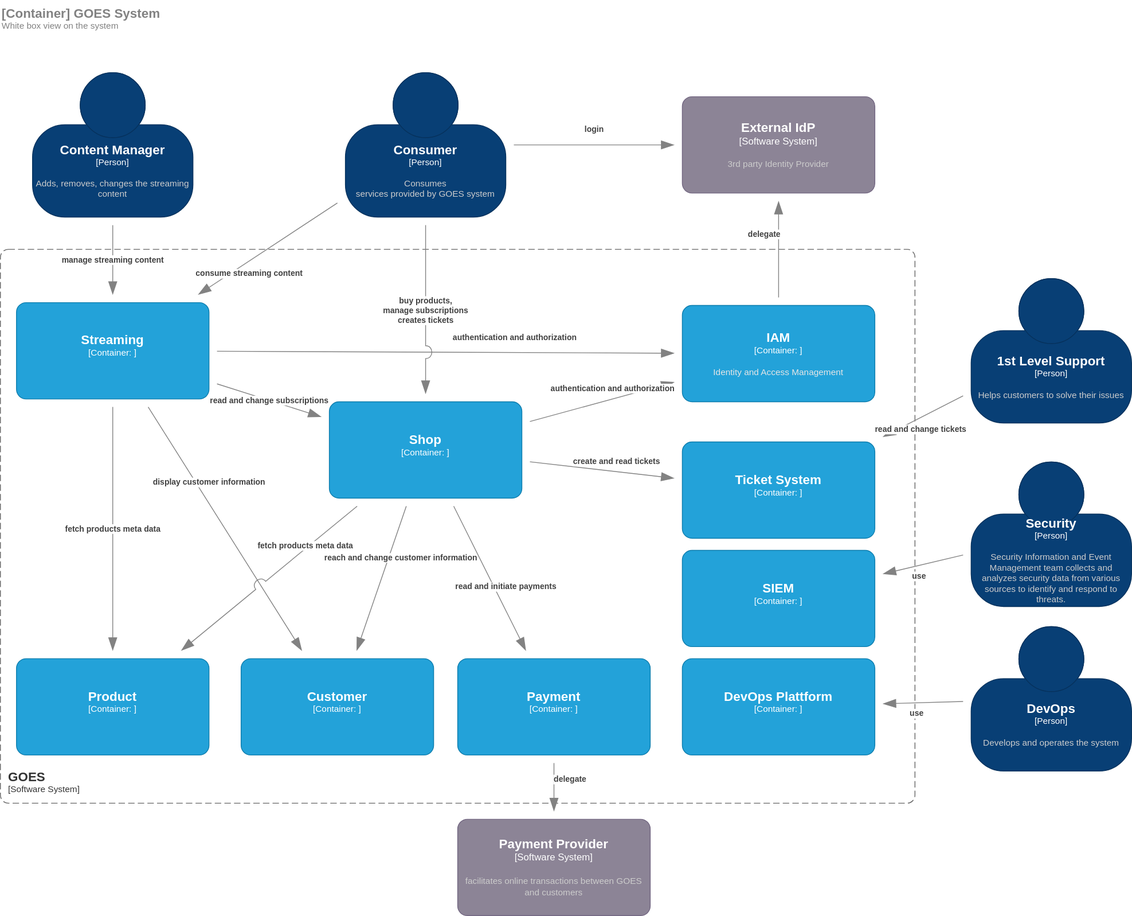
wschaef/goes-architecture keeps this draw.io diagram as img/Container.drawio.svg. Above is the earlier version. Source tidied: cells renumbered, new cells last; positions are measured from the earlier drawing's top-left corner, leaving out a move shared by most shapes.
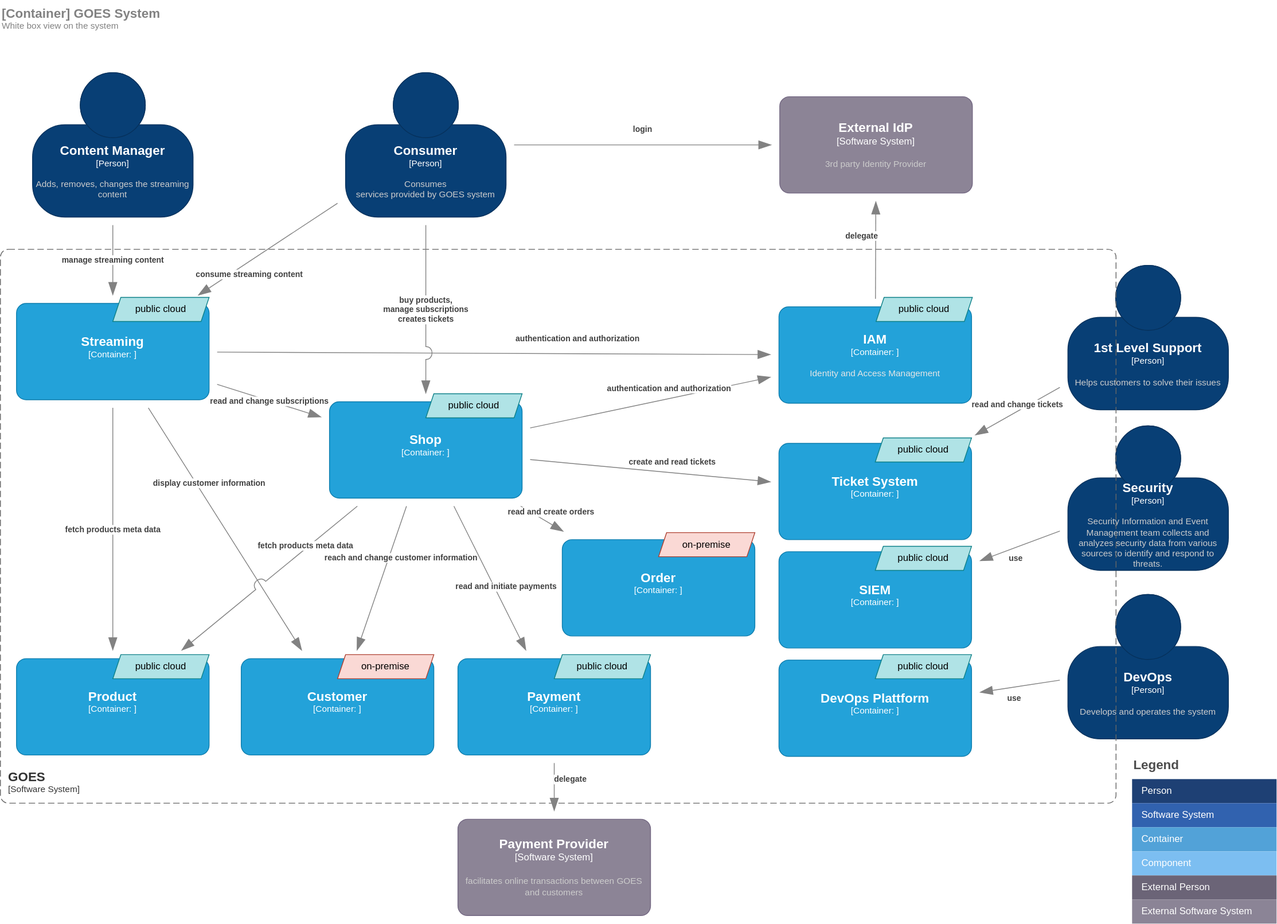
Above is the later version.

Commit message:
feat: made decision about which domains must be migrated to public cloud

What changed in the source:
```diff
@@ -14,7 +14,7 @@
     </object>
     <object id="4" label="&lt;font style=&quot;font-size: 16px&quot;&gt;&lt;b&gt;%c4Name%&lt;/b&gt;&lt;/font&gt;&lt;div&gt;[%c4Type%]&lt;/div&gt;&lt;br&gt;&lt;div&gt;&lt;font style=&quot;font-size: 11px&quot;&gt;&lt;font color=&quot;#cccccc&quot;&gt;%c4Description%&lt;/font&gt;&lt;/div&gt;" c4Description="Develops and operates the system" c4Name="DevOps" c4Type="Person" placeholders="1">
       <mxCell style="html=1;fontSize=11;dashed=0;whiteSpace=wrap;fillColor=#083F75;strokeColor=#06315C;fontColor=#ffffff;shape=mxgraph.c4.person2;align=center;points=[[0.5,0,0],[1,0.5,0],[1,0.75,0],[0.75,1,0],[0.5,1,0],[0.25,1,0],[0,0.75,0],[0,0.5,0]];" parent="1" vertex="1">
-        <mxGeometry x="1210" y="780" width="200" height="180" as="geometry" />
+        <mxGeometry x="1330" y="740" width="200" height="180" as="geometry" />
       </mxCell>
     </object>
     <object id="5" label="&lt;font style=&quot;font-size: 16px&quot;&gt;&lt;b&gt;%c4Name%&lt;/b&gt;&lt;/font&gt;&lt;div&gt;[%c4Type%]&lt;/div&gt;&lt;br&gt;&lt;div&gt;&lt;font style=&quot;font-size: 11px&quot;&gt;&lt;font color=&quot;#cccccc&quot;&gt;%c4Description%&lt;/font&gt;&lt;/div&gt;" c4Description="facilitates online transactions between GOES and customers" c4Name="Payment Provider" c4Type="Software System" placeholders="1">
@@ -24,17 +24,17 @@
     </object>
     <object id="6" label="&lt;font style=&quot;font-size: 16px&quot;&gt;&lt;b&gt;%c4Name%&lt;/b&gt;&lt;/font&gt;&lt;div&gt;[%c4Type%]&lt;/div&gt;&lt;br&gt;&lt;div&gt;&lt;font style=&quot;font-size: 11px&quot;&gt;&lt;font color=&quot;#cccccc&quot;&gt;%c4Description%&lt;/font&gt;&lt;/div&gt;" c4Description="3rd party Identity Provider" c4Name="External IdP" c4Type="Software System" placeholders="1">
       <mxCell style="rounded=1;whiteSpace=wrap;html=1;labelBackgroundColor=none;fillColor=#8C8496;fontColor=#ffffff;align=center;arcSize=10;strokeColor=#736782;points=[[0.25,0,0],[0.5,0,0],[0.75,0,0],[1,0.25,0],[1,0.5,0],[1,0.75,0],[0.75,1,0],[0.5,1,0],[0.25,1,0],[0,0.75,0],[0,0.5,0],[0,0.25,0]];" parent="1" vertex="1">
-        <mxGeometry x="850" y="120" width="240" height="120" as="geometry" />
+        <mxGeometry x="971" y="120" width="240" height="120" as="geometry" />
       </mxCell>
     </object>
     <object id="7" label="&lt;font style=&quot;font-size: 16px&quot;&gt;&lt;b&gt;%c4Name%&lt;/b&gt;&lt;/font&gt;&lt;div&gt;[%c4Type%]&lt;/div&gt;&lt;br&gt;&lt;div&gt;&lt;font style=&quot;font-size: 11px&quot;&gt;&lt;font color=&quot;#cccccc&quot;&gt;%c4Description%&lt;/font&gt;&lt;/div&gt;" c4Description="Helps customers to solve their issues" c4Name="1st Level Support" c4Type="Person" placeholders="1">
       <mxCell style="html=1;fontSize=11;dashed=0;whiteSpace=wrap;fillColor=#083F75;strokeColor=#06315C;fontColor=#ffffff;shape=mxgraph.c4.person2;align=center;points=[[0.5,0,0],[1,0.5,0],[1,0.75,0],[0.75,1,0],[0.5,1,0],[0.25,1,0],[0,0.75,0],[0,0.5,0]];" parent="1" vertex="1">
-        <mxGeometry x="1210" y="346.5" width="200" height="180" as="geometry" />
+        <mxGeometry x="1330" y="330" width="200" height="180" as="geometry" />
       </mxCell>
     </object>
     <object id="8" label="&lt;font style=&quot;font-size: 16px&quot;&gt;&lt;b&gt;%c4Name%&lt;/b&gt;&lt;/font&gt;&lt;div&gt;[%c4Type%]&lt;/div&gt;&lt;br&gt;&lt;div&gt;&lt;font style=&quot;font-size: 11px&quot;&gt;&lt;font color=&quot;#cccccc&quot;&gt;%c4Description%&lt;/font&gt;&lt;/div&gt;" c4Description="Security Information and Event Management team collects and analyzes security data from various sources to identify and respond to threats." c4Name="Security" c4Type="Person" placeholders="1">
       <mxCell style="html=1;fontSize=11;dashed=0;whiteSpace=wrap;fillColor=#083F75;strokeColor=#06315C;fontColor=#ffffff;shape=mxgraph.c4.person2;align=center;points=[[0.5,0,0],[1,0.5,0],[1,0.75,0],[0.75,1,0],[0.5,1,0],[0.25,1,0],[0,0.75,0],[0,0.5,0]];" parent="1" vertex="1">
-        <mxGeometry x="1210" y="575" width="200" height="180" as="geometry" />
+        <mxGeometry x="1330" y="530" width="200" height="180" as="geometry" />
       </mxCell>
     </object>
     <object id="9" label="&lt;font style=&quot;font-size: 16px&quot;&gt;&lt;b&gt;&lt;div style=&quot;text-align: left&quot;&gt;%c4Name%&lt;/div&gt;&lt;/b&gt;&lt;/font&gt;&lt;div style=&quot;text-align: left&quot;&gt;%c4Description%&lt;/div&gt;" c4Description="White box view on the system" c4Name="[Container] GOES System" c4Type="ContainerScopeBoundary" placeholders="1">
@@ -44,7 +44,7 @@
     </object>
     <object id="10" label="&lt;font style=&quot;font-size: 16px&quot;&gt;&lt;b&gt;&lt;div style=&quot;text-align: left&quot;&gt;%c4Name%&lt;/div&gt;&lt;/b&gt;&lt;/font&gt;&lt;div style=&quot;text-align: left&quot;&gt;[%c4Application%]&lt;/div&gt;" c4Application="Software System" c4Name="GOES" c4Type="SystemScopeBoundary" placeholders="1">
       <mxCell style="rounded=1;fontSize=11;whiteSpace=wrap;html=1;dashed=1;arcSize=20;fillColor=none;strokeColor=#666666;fontColor=#333333;labelBackgroundColor=none;align=left;verticalAlign=bottom;labelBorderColor=none;spacingTop=0;spacing=10;dashPattern=8 4;perimeter=rectanglePerimeter;noLabel=0;labelPadding=0;absoluteArcSize=1;fontFamily=Helvetica;" parent="1" vertex="1">
-        <mxGeometry y="310" width="1140" height="690" as="geometry" />
+        <mxGeometry y="310" width="1390" height="690" as="geometry" />
       </mxCell>
     </object>
     <object id="11" label="&lt;font style=&quot;font-size: 16px&quot;&gt;&lt;b&gt;%c4Name%&lt;/b&gt;&lt;/font&gt;&lt;div&gt;[%c4Type%: %c4Technology%]&lt;/div&gt;&lt;br&gt;&lt;div&gt;&lt;font style=&quot;font-size: 11px&quot;&gt;&lt;font color=&quot;#E6E6E6&quot;&gt;%c4Description%&lt;/font&gt;&lt;/div&gt;" c4Description="" c4Name="Shop" c4Technology="" c4Type="Container" placeholders="1">
@@ -54,17 +54,17 @@
     </object>
     <object id="12" label="&lt;font style=&quot;font-size: 16px&quot;&gt;&lt;b&gt;%c4Name%&lt;/b&gt;&lt;/font&gt;&lt;div&gt;[%c4Type%: %c4Technology%]&lt;/div&gt;&lt;br&gt;&lt;div&gt;&lt;font style=&quot;font-size: 11px&quot;&gt;&lt;font color=&quot;#E6E6E6&quot;&gt;%c4Description%&lt;/font&gt;&lt;/div&gt;" c4Description="" c4Name="Streaming" c4Technology="" c4Type="Container" placeholders="1">
       <mxCell style="rounded=1;whiteSpace=wrap;html=1;fontSize=11;labelBackgroundColor=none;fillColor=#23A2D9;fontColor=#ffffff;align=center;arcSize=10;strokeColor=#0E7DAD;points=[[0.25,0,0],[0.5,0,0],[0.75,0,0],[1,0.25,0],[1,0.5,0],[1,0.75,0],[0.75,1,0],[0.5,1,0],[0.25,1,0],[0,0.75,0],[0,0.5,0],[0,0.25,0]];fontFamily=Helvetica;" parent="1" vertex="1">
-        <mxGeometry x="20" y="376.5" width="240" height="120" as="geometry" />
+        <mxGeometry x="20" y="377.5" width="240" height="120" as="geometry" />
       </mxCell>
     </object>
     <object id="13" label="&lt;font style=&quot;font-size: 16px&quot;&gt;&lt;b&gt;%c4Name%&lt;/b&gt;&lt;/font&gt;&lt;div&gt;[%c4Type%: %c4Technology%]&lt;/div&gt;&lt;br&gt;&lt;div&gt;&lt;font style=&quot;font-size: 11px&quot;&gt;&lt;font color=&quot;#E6E6E6&quot;&gt;%c4Description%&lt;/font&gt;&lt;/div&gt;" c4Description="" c4Name="SIEM" c4Technology="" c4Type="Container" placeholders="1">
       <mxCell style="rounded=1;whiteSpace=wrap;html=1;fontSize=11;labelBackgroundColor=none;fillColor=#23A2D9;fontColor=#ffffff;align=center;arcSize=10;strokeColor=#0E7DAD;points=[[0.25,0,0],[0.5,0,0],[0.75,0,0],[1,0.25,0],[1,0.5,0],[1,0.75,0],[0.75,1,0],[0.5,1,0],[0.25,1,0],[0,0.75,0],[0,0.5,0],[0,0.25,0]];fontFamily=Helvetica;" parent="1" vertex="1">
-        <mxGeometry x="850" y="685" width="240" height="120" as="geometry" />
+        <mxGeometry x="970" y="686.8" width="240" height="120" as="geometry" />
       </mxCell>
     </object>
     <object id="14" label="&lt;font style=&quot;font-size: 16px&quot;&gt;&lt;b&gt;%c4Name%&lt;/b&gt;&lt;/font&gt;&lt;div&gt;[%c4Type%: %c4Technology%]&lt;/div&gt;&lt;br&gt;&lt;div&gt;&lt;font style=&quot;font-size: 11px&quot;&gt;&lt;font color=&quot;#E6E6E6&quot;&gt;%c4Description%&lt;/font&gt;&lt;/div&gt;" c4Description="" c4Name="Ticket System" c4Technology="" c4Type="Container" placeholders="1">
       <mxCell style="rounded=1;whiteSpace=wrap;html=1;fontSize=11;labelBackgroundColor=none;fillColor=#23A2D9;fontColor=#ffffff;align=center;arcSize=10;strokeColor=#0E7DAD;points=[[0.25,0,0],[0.5,0,0],[0.75,0,0],[1,0.25,0],[1,0.5,0],[1,0.75,0],[0.75,1,0],[0.5,1,0],[0.25,1,0],[0,0.75,0],[0,0.5,0],[0,0.25,0]];fontFamily=Helvetica;" parent="1" vertex="1">
-        <mxGeometry x="850" y="550" width="240" height="120" as="geometry" />
+        <mxGeometry x="970" y="551.8" width="240" height="120" as="geometry" />
       </mxCell>
     </object>
     <object id="15" label="&lt;font style=&quot;font-size: 16px&quot;&gt;&lt;b&gt;%c4Name%&lt;/b&gt;&lt;/font&gt;&lt;div&gt;[%c4Type%: %c4Technology%]&lt;/div&gt;&lt;br&gt;&lt;div&gt;&lt;font style=&quot;font-size: 11px&quot;&gt;&lt;font color=&quot;#E6E6E6&quot;&gt;%c4Description%&lt;/font&gt;&lt;/div&gt;" c4Description="" c4Name="Payment" c4Technology="" c4Type="Container" placeholders="1">
@@ -84,12 +84,12 @@
     </object>
     <object id="18" label="&lt;font style=&quot;font-size: 16px&quot;&gt;&lt;b&gt;%c4Name%&lt;/b&gt;&lt;/font&gt;&lt;div&gt;[%c4Type%: %c4Technology%]&lt;/div&gt;&lt;br&gt;&lt;div&gt;&lt;font style=&quot;font-size: 11px&quot;&gt;&lt;font color=&quot;#E6E6E6&quot;&gt;%c4Description%&lt;/font&gt;&lt;/div&gt;" c4Description="Identity and Access Management" c4Name="IAM" c4Technology="" c4Type="Container" placeholders="1">
       <mxCell style="rounded=1;whiteSpace=wrap;html=1;fontSize=11;labelBackgroundColor=none;fillColor=#23A2D9;fontColor=#ffffff;align=center;arcSize=10;strokeColor=#0E7DAD;points=[[0.25,0,0],[0.5,0,0],[0.75,0,0],[1,0.25,0],[1,0.5,0],[1,0.75,0],[0.75,1,0],[0.5,1,0],[0.25,1,0],[0,0.75,0],[0,0.5,0],[0,0.25,0]];fontFamily=Helvetica;" parent="1" vertex="1">
-        <mxGeometry x="850" y="380" width="240" height="120" as="geometry" />
+        <mxGeometry x="970" y="381.8" width="240" height="120" as="geometry" />
       </mxCell>
     </object>
     <object id="19" label="&lt;font style=&quot;font-size: 16px&quot;&gt;&lt;b&gt;%c4Name%&lt;/b&gt;&lt;/font&gt;&lt;div&gt;[%c4Type%: %c4Technology%]&lt;/div&gt;&lt;br&gt;&lt;div&gt;&lt;font style=&quot;font-size: 11px&quot;&gt;&lt;font color=&quot;#E6E6E6&quot;&gt;%c4Description%&lt;/font&gt;&lt;/div&gt;" c4Description="" c4Name="DevOps Plattform " c4Technology="" c4Type="Container" placeholders="1">
       <mxCell style="rounded=1;whiteSpace=wrap;html=1;fontSize=11;labelBackgroundColor=none;fillColor=#23A2D9;fontColor=#ffffff;align=center;arcSize=10;strokeColor=#0E7DAD;points=[[0.25,0,0],[0.5,0,0],[0.75,0,0],[1,0.25,0],[1,0.5,0],[1,0.75,0],[0.75,1,0],[0.5,1,0],[0.25,1,0],[0,0.75,0],[0,0.5,0],[0,0.25,0]];fontFamily=Helvetica;" parent="1" vertex="1">
-        <mxGeometry x="850" y="820" width="240" height="120" as="geometry" />
+        <mxGeometry x="970" y="821.8" width="240" height="120" as="geometry" />
       </mxCell>
     </object>
     <object id="20" label="&lt;div style=&quot;text-align: left&quot;&gt;&lt;div style=&quot;text-align: center&quot;&gt;&lt;b&gt;%c4Description%&lt;/b&gt;&lt;/div&gt;" c4Description="fetch products meta data" c4Type="Relationship" placeholders="1">
@@ -175,7 +175,7 @@
     </object>
     <object id="35" label="&lt;div style=&quot;text-align: left&quot;&gt;&lt;div style=&quot;text-align: center&quot;&gt;&lt;b&gt;%c4Description%&lt;/b&gt;&lt;/div&gt;" c4Description="read and change tickets" c4Type="Relationship" placeholders="1">
       <mxCell style="endArrow=blockThin;html=1;fontSize=10;fontColor=#404040;strokeWidth=1;endFill=1;strokeColor=#828282;elbow=vertical;endSize=14;startSize=14;jumpStyle=arc;jumpSize=16;rounded=0;targetPerimeterSpacing=10;sourcePerimeterSpacing=10;" parent="1" edge="1" source="7" target="14">
-        <mxGeometry x="0.18" y="13" relative="1" as="geometry" />
+        <mxGeometry x="-0.07" y="-8" relative="1" as="geometry" />
       </mxCell>
     </object>
     <object id="36" label="&lt;div style=&quot;text-align: left&quot;&gt;&lt;div style=&quot;text-align: center&quot;&gt;&lt;b&gt;%c4Description%&lt;/b&gt;&lt;/div&gt;" c4Description="use" c4Type="Relationship" placeholders="1">
@@ -188,5 +188,69 @@
         <mxGeometry x="0.18" y="13" relative="1" as="geometry" />
       </mxCell>
     </object>
+    <object id="38" label="&lt;font style=&quot;font-size: 16px&quot;&gt;&lt;b&gt;%c4Name%&lt;/b&gt;&lt;/font&gt;&lt;div&gt;[%c4Type%: %c4Technology%]&lt;/div&gt;&lt;br&gt;&lt;div&gt;&lt;font style=&quot;font-size: 11px&quot;&gt;&lt;font color=&quot;#E6E6E6&quot;&gt;%c4Description%&lt;/font&gt;&lt;/div&gt;" c4Description="" c4Name="Order" c4Technology="" c4Type="Container" placeholders="1">
+      <mxCell style="rounded=1;whiteSpace=wrap;html=1;fontSize=11;labelBackgroundColor=none;fillColor=#23A2D9;fontColor=#ffffff;align=center;arcSize=10;strokeColor=#0E7DAD;points=[[0.25,0,0],[0.5,0,0],[0.75,0,0],[1,0.25,0],[1,0.5,0],[1,0.75,0],[0.75,1,0],[0.5,1,0],[0.25,1,0],[0,0.75,0],[0,0.5,0],[0,0.25,0]];fontFamily=Helvetica;" parent="1" vertex="1">
+        <mxGeometry x="700" y="671.8" width="240" height="120" as="geometry" />
+      </mxCell>
+    </object>
+    <object id="39" label="&lt;div style=&quot;text-align: left&quot;&gt;&lt;div style=&quot;text-align: center&quot;&gt;&lt;b&gt;%c4Description%&lt;/b&gt;&lt;/div&gt;" c4Description="read and create orders" c4Type="Relationship" placeholders="1">
+      <mxCell style="endArrow=blockThin;html=1;fontSize=10;fontColor=#404040;strokeWidth=1;endFill=1;strokeColor=#828282;elbow=vertical;endSize=14;startSize=14;jumpStyle=arc;jumpSize=16;rounded=0;targetPerimeterSpacing=10;sourcePerimeterSpacing=10;" parent="1" edge="1" source="11" target="38">
+        <mxGeometry x="0.18" y="13" relative="1" as="geometry" />
+      </mxCell>
+    </object>
+    <mxCell id="40" value="Legend" style="align=left;fontSize=16;fontStyle=1;strokeColor=none;fillColor=none;fontColor=#4D4D4D;spacingTop=-8;" parent="1" vertex="1">
+      <mxGeometry x="1410" y="940" width="180" height="30" as="geometry" />
+    </mxCell>
+    <mxCell id="41" style="shape=table;html=1;whiteSpace=wrap;startSize=0;fillColor=none;align=left;spacingLeft=10;strokeColor=none;rounded=1;arcSize=11;fontColor=#FFFFFF;" parent="1" vertex="1">
+      <mxGeometry x="1410" y="970" width="180" height="180" as="geometry" />
+    </mxCell>
+    <mxCell id="42" value="Person" style="shape=partialRectangle;html=1;whiteSpace=wrap;fillColor=#1E4074;top=0;left=0;bottom=0;right=0;overflow=hidden;align=left;spacingLeft=10;strokeColor=none;fontColor=#FFFFFF;" parent="41" vertex="1">
+      <mxGeometry width="180" height="30" as="geometry" />
+    </mxCell>
+    <mxCell id="43" value="Software System" style="shape=partialRectangle;html=1;whiteSpace=wrap;fillColor=#3162AF;top=0;left=0;bottom=0;right=0;overflow=hidden;align=left;spacingLeft=10;fontColor=#FFFFFF;" parent="41" vertex="1">
+      <mxGeometry y="30" width="180" height="30" as="geometry" />
+    </mxCell>
+    <mxCell id="44" value="Container" style="shape=partialRectangle;html=1;whiteSpace=wrap;fillColor=#52A2D8;top=0;left=0;bottom=0;right=0;overflow=hidden;align=left;spacingLeft=10;fontColor=#FFFFFF;" parent="41" vertex="1">
+      <mxGeometry y="60" width="180" height="30" as="geometry" />
+    </mxCell>
+    <mxCell id="45" value="Component" style="shape=partialRectangle;html=1;whiteSpace=wrap;fillColor=#7CBEF1;top=0;left=0;bottom=0;right=0;overflow=hidden;align=left;spacingLeft=10;fontColor=#FFFFFF;" parent="41" vertex="1">
+      <mxGeometry y="90" width="180" height="30" as="geometry" />
+    </mxCell>
+    <mxCell id="46" value="External Person" style="shape=partialRectangle;html=1;whiteSpace=wrap;fillColor=#6B6477;top=0;left=0;bottom=0;right=0;overflow=hidden;align=left;spacingLeft=10;fontColor=#FFFFFF;" parent="41" vertex="1">
+      <mxGeometry y="120" width="180" height="30" as="geometry" />
+    </mxCell>
+    <mxCell id="47" value="External Software System" style="shape=partialRectangle;html=1;whiteSpace=wrap;fillColor=#8B8496;top=0;left=0;bottom=0;right=0;overflow=hidden;align=left;spacingLeft=10;fontColor=#FFFFFF;" parent="41" vertex="1">
+      <mxGeometry y="150" width="180" height="30" as="geometry" />
+    </mxCell>
+    <mxCell id="48" value="public cloud" style="shape=parallelogram;perimeter=parallelogramPerimeter;whiteSpace=wrap;html=1;fixedSize=1;fillColor=#b0e3e6;strokeColor=#0e8088;size=10;" parent="1" vertex="1">
+      <mxGeometry x="140" y="815" width="120" height="30" as="geometry" />
+    </mxCell>
+    <mxCell id="49" value="on-premise" style="shape=parallelogram;perimeter=parallelogramPerimeter;whiteSpace=wrap;html=1;fixedSize=1;fillColor=#fad9d5;strokeColor=#ae4132;size=10;" parent="1" vertex="1">
+      <mxGeometry x="420" y="815" width="120" height="30" as="geometry" />
+    </mxCell>
+    <mxCell id="50" value="on-premise" style="shape=parallelogram;perimeter=parallelogramPerimeter;whiteSpace=wrap;html=1;fixedSize=1;fillColor=#fad9d5;strokeColor=#ae4132;size=10;" parent="1" vertex="1">
+      <mxGeometry x="820" y="663" width="120" height="30" as="geometry" />
+    </mxCell>
+    <mxCell id="51" value="public cloud" style="shape=parallelogram;perimeter=parallelogramPerimeter;whiteSpace=wrap;html=1;fixedSize=1;fillColor=#b0e3e6;strokeColor=#0e8088;size=10;" parent="1" vertex="1">
+      <mxGeometry x="140" y="370" width="120" height="30" as="geometry" />
+    </mxCell>
+    <mxCell id="52" value="public cloud" style="shape=parallelogram;perimeter=parallelogramPerimeter;whiteSpace=wrap;html=1;fixedSize=1;fillColor=#b0e3e6;strokeColor=#0e8088;size=10;" parent="1" vertex="1">
+      <mxGeometry x="530" y="490" width="120" height="30" as="geometry" />
+    </mxCell>
+    <mxCell id="53" value="public cloud" style="shape=parallelogram;perimeter=parallelogramPerimeter;whiteSpace=wrap;html=1;fixedSize=1;fillColor=#b0e3e6;strokeColor=#0e8088;size=10;" parent="1" vertex="1">
+      <mxGeometry x="690" y="815" width="120" height="30" as="geometry" />
+    </mxCell>
+    <mxCell id="54" value="public cloud" style="shape=parallelogram;perimeter=parallelogramPerimeter;whiteSpace=wrap;html=1;fixedSize=1;fillColor=#b0e3e6;strokeColor=#0e8088;size=10;" parent="1" vertex="1">
+      <mxGeometry x="1090" y="815" width="120" height="30" as="geometry" />
+    </mxCell>
+    <mxCell id="55" value="public cloud" style="shape=parallelogram;perimeter=parallelogramPerimeter;whiteSpace=wrap;html=1;fixedSize=1;fillColor=#b0e3e6;strokeColor=#0e8088;size=10;" parent="1" vertex="1">
+      <mxGeometry x="1090" y="680" width="120" height="30" as="geometry" />
+    </mxCell>
+    <mxCell id="56" value="public cloud" style="shape=parallelogram;perimeter=parallelogramPerimeter;whiteSpace=wrap;html=1;fixedSize=1;fillColor=#b0e3e6;strokeColor=#0e8088;size=10;" parent="1" vertex="1">
+      <mxGeometry x="1090" y="545" width="120" height="30" as="geometry" />
+    </mxCell>
+    <mxCell id="57" value="public cloud" style="shape=parallelogram;perimeter=parallelogramPerimeter;whiteSpace=wrap;html=1;fixedSize=1;fillColor=#b0e3e6;strokeColor=#0e8088;size=10;" parent="1" vertex="1">
+      <mxGeometry x="1091" y="370" width="120" height="30" as="geometry" />
+    </mxCell>
   </root>
 </mxGraphModel>
```
